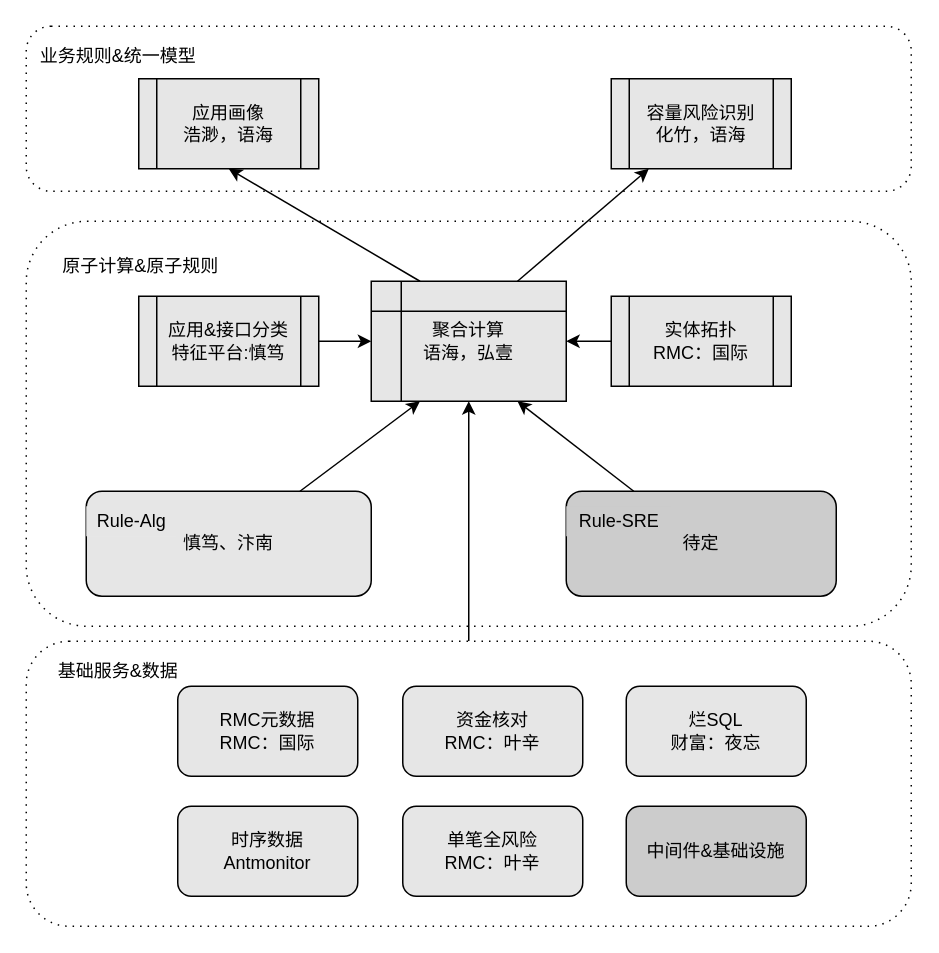
The draw.io diagram 画像设计.drawio in frankneu/draw.io, before the edit. Source tidied: cells renumbered, new cells numbered last; positions are measured from the earlier drawing's top-left corner, leaving out a move shared by most shapes. Both pictures are drawn from the tidied source at 150%, with x=0, y=0 at pixel (26, 26).
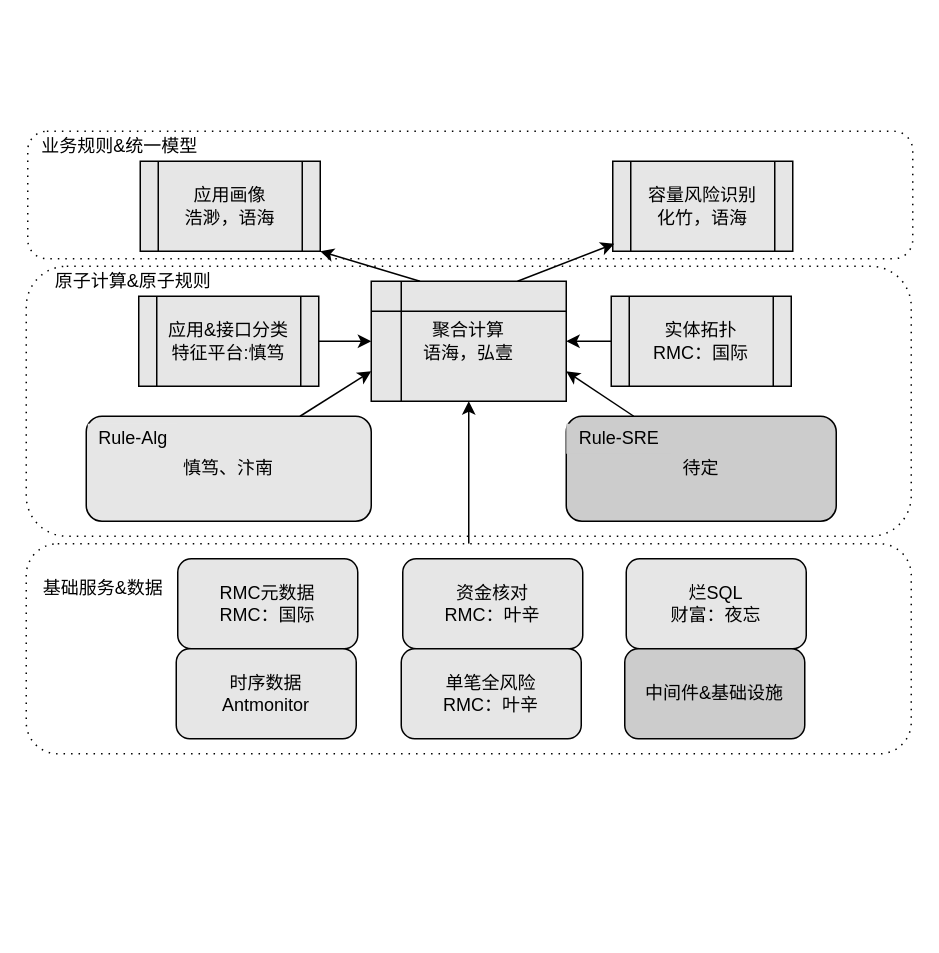
Above is the later version.

Unchanged cells that the change refers to:
```xml
<mxCell id="8" value="聚合计算&lt;br&gt;语海，弘壹" style="shape=internalStorage;whiteSpace=wrap;html=1;backgroundOutline=1;fillColor=#E6E6E6;" parent="1" vertex="1">
  <mxGeometry x="230" y="170" width="130" height="80" as="geometry" />
</mxCell>
```

Change to the diagram source:
```diff
@@
     <mxCell id="2" style="shape=ext;rounded=1;html=1;whiteSpace=wrap;dashed=1;dashPattern=1 4;" parent="1" vertex="1">
-      <mxGeometry width="590" height="110" as="geometry" />
+      <mxGeometry x="1" y="70" width="590" height="85" as="geometry" />
     </mxCell>
     <mxCell id="3" style="shape=ext;rounded=1;html=1;whiteSpace=wrap;dashed=1;dashPattern=1 4;" parent="1" vertex="1">
-      <mxGeometry y="130" width="590" height="270" as="geometry" />
+      <mxGeometry y="160" width="590" height="180" as="geometry" />
     </mxCell>
     <mxCell id="4" value="应用画像&lt;br&gt;浩渺，语海" style="shape=process;whiteSpace=wrap;html=1;backgroundOutline=1;fillColor=#E6E6E6;" parent="1" vertex="1">
-      <mxGeometry x="75" y="35" width="120" height="60" as="geometry" />
+      <mxGeometry x="76" y="90" width="120" height="60" as="geometry" />
     </mxCell>
     <mxCell id="5" value="容量风险识别&lt;br&gt;化竹，语海" style="shape=process;whiteSpace=wrap;html=1;backgroundOutline=1;fillColor=#E6E6E6;" parent="1" vertex="1">
-      <mxGeometry x="390" y="35" width="120" height="60" as="geometry" />
+      <mxGeometry x="391" y="90" width="120" height="60" as="geometry" />
     </mxCell>
-    <mxCell id="6" style="rounded=0;jettySize=auto;html=1;exitX=0.25;exitY=0;exitDx=0;exitDy=0;entryX=0.5;entryY=1;entryDx=0;entryDy=0;fillColor=#E6E6E6;" parent="1" edge="1" source="8" target="4">
+    <mxCell id="6" style="rounded=0;jettySize=auto;html=1;exitX=0.25;exitY=0;exitDx=0;exitDy=0;entryX=1;entryY=1;entryDx=0;entryDy=0;fillColor=#E6E6E6;" parent="1" edge="1" source="8" target="4">
       <mxGeometry relative="1" as="geometry" />
     </mxCell>
-    <mxCell id="7" style="rounded=0;jettySize=auto;html=1;exitX=0.75;exitY=0;exitDx=0;exitDy=0;fillColor=#E6E6E6;" parent="1" edge="1" source="8" target="5">
+    <mxCell id="7" style="rounded=0;jettySize=auto;html=1;exitX=0.75;exitY=0;exitDx=0;exitDy=0;fillColor=#E6E6E6;entryX=0.008;entryY=0.917;entryDx=0;entryDy=0;entryPerimeter=0;" parent="1" edge="1" source="8" target="5">
       <mxGeometry relative="1" as="geometry" />
     </mxCell>
@@
-    <mxCell id="13" style="rounded=0;jettySize=auto;html=1;exitX=0.75;exitY=0;exitDx=0;exitDy=0;entryX=0.25;entryY=1;entryDx=0;entryDy=0;fillColor=#E6E6E6;" parent="1" edge="1" source="14" target="8">
+    <mxCell id="13" style="rounded=0;jettySize=auto;html=1;exitX=0.75;exitY=0;exitDx=0;exitDy=0;entryX=0;entryY=0.75;entryDx=0;entryDy=0;fillColor=#E6E6E6;" parent="1" edge="1" source="14" target="8">
       <mxGeometry relative="1" as="geometry" />
     </mxCell>
     <mxCell id="14" value="慎笃、汴南" style="rounded=1;whiteSpace=wrap;html=1;fillColor=#E6E6E6;" parent="1" vertex="1">
-      <mxGeometry x="40" y="310" width="190" height="70" as="geometry" />
+      <mxGeometry x="40" y="260" width="190" height="70" as="geometry" />
     </mxCell>
-    <mxCell id="15" style="rounded=0;jettySize=auto;html=1;exitX=0.25;exitY=0;exitDx=0;exitDy=0;entryX=0.75;entryY=1;entryDx=0;entryDy=0;fillColor=#E6E6E6;" parent="1" edge="1" source="16" target="8">
+    <mxCell id="15" style="rounded=0;jettySize=auto;html=1;exitX=0.25;exitY=0;exitDx=0;exitDy=0;entryX=1;entryY=0.75;entryDx=0;entryDy=0;fillColor=#E6E6E6;" parent="1" edge="1" source="16" target="8">
       <mxGeometry relative="1" as="geometry" />
     </mxCell>
     <mxCell id="16" value="待定" style="rounded=1;whiteSpace=wrap;html=1;fillColor=#CCCCCC;" parent="1" vertex="1">
-      <mxGeometry x="360" y="310" width="180" height="70" as="geometry" />
+      <mxGeometry x="360" y="260" width="180" height="70" as="geometry" />
     </mxCell>
     <mxCell id="17" value="Rule-Alg" style="text;html=1;align=center;verticalAlign=middle;fillColor=#E6E6E6;" parent="1" vertex="1">
-      <mxGeometry x="40" y="320" width="60" height="20" as="geometry" />
+      <mxGeometry x="41" y="265" width="60" height="20" as="geometry" />
     </mxCell>
     <mxCell id="18" value="Rule-SRE" style="text;html=1;align=center;verticalAlign=middle;fillColor=#CCCCCC;" parent="1" vertex="1">
-      <mxGeometry x="360" y="320" width="70" height="20" as="geometry" />
+      <mxGeometry x="360" y="265" width="70" height="20" as="geometry" />
     </mxCell>
@@
     <mxCell id="20" style="shape=ext;rounded=1;html=1;whiteSpace=wrap;dashed=1;dashPattern=1 4;" parent="1" vertex="1">
-      <mxGeometry y="410" width="590" height="190" as="geometry" />
+      <mxGeometry y="345" width="590" height="140" as="geometry" />
     </mxCell>
     <mxCell id="21" value="基础服务&amp;amp;数据" style="text;html=1;align=center;verticalAlign=middle;" parent="1" vertex="1">
-      <mxGeometry x="11" y="420" width="100" height="20" as="geometry" />
+      <mxGeometry x="1" y="365" width="100" height="20" as="geometry" />
     </mxCell>
     <mxCell id="22" value="RMC元数据&lt;br&gt;RMC：国际" style="rounded=1;whiteSpace=wrap;html=1;fillColor=#E6E6E6;" parent="1" vertex="1">
-      <mxGeometry x="101" y="440" width="120" height="60" as="geometry" />
+      <mxGeometry x="101" y="355" width="120" height="60" as="geometry" />
     </mxCell>
     <mxCell id="23" value="资金核对&lt;br&gt;RMC：叶辛" style="rounded=1;whiteSpace=wrap;html=1;fillColor=#E6E6E6;" parent="1" vertex="1">
-      <mxGeometry x="251" y="440" width="120" height="60" as="geometry" />
+      <mxGeometry x="251" y="355" width="120" height="60" as="geometry" />
     </mxCell>
     <mxCell id="24" value="烂SQL&lt;br&gt;财富：夜忘" style="rounded=1;whiteSpace=wrap;html=1;fillColor=#E6E6E6;" parent="1" vertex="1">
-      <mxGeometry x="400" y="440" width="120" height="60" as="geometry" />
+      <mxGeometry x="400" y="355" width="120" height="60" as="geometry" />
     </mxCell>
     <mxCell id="25" value="时序数据&lt;br&gt;Antmonitor" style="rounded=1;whiteSpace=wrap;html=1;fillColor=#E6E6E6;" parent="1" vertex="1">
-      <mxGeometry x="101" y="520" width="120" height="60" as="geometry" />
+      <mxGeometry x="100" y="415" width="120" height="60" as="geometry" />
     </mxCell>
     <mxCell id="26" value="单笔全风险&lt;br&gt;RMC：叶辛" style="rounded=1;whiteSpace=wrap;html=1;fillColor=#E6E6E6;" parent="1" vertex="1">
-      <mxGeometry x="251" y="520" width="120" height="60" as="geometry" />
+      <mxGeometry x="250" y="415" width="120" height="60" as="geometry" />
     </mxCell>
     <mxCell id="27" value="中间件&amp;amp;基础设施" style="rounded=1;whiteSpace=wrap;html=1;fillColor=#CCCCCC;" parent="1" vertex="1">
-      <mxGeometry x="400" y="520" width="120" height="60" as="geometry" />
+      <mxGeometry x="399" y="415" width="120" height="60" as="geometry" />
     </mxCell>
     <mxCell id="28" value="原子计算&amp;amp;原子规则" style="text;html=1;align=center;verticalAlign=middle;" parent="1" vertex="1">
-      <mxGeometry x="16" y="150" width="120" height="20" as="geometry" />
+      <mxGeometry x="11" y="160" width="120" height="20" as="geometry" />
     </mxCell>
     <mxCell id="29" value="业务规则&amp;amp;统一模型" style="text;html=1;align=center;verticalAlign=middle;" parent="1" vertex="1">
-      <mxGeometry x="1" y="10" width="120" height="20" as="geometry" />
+      <mxGeometry x="2" y="70" width="120" height="20" as="geometry" />
     </mxCell>
```
